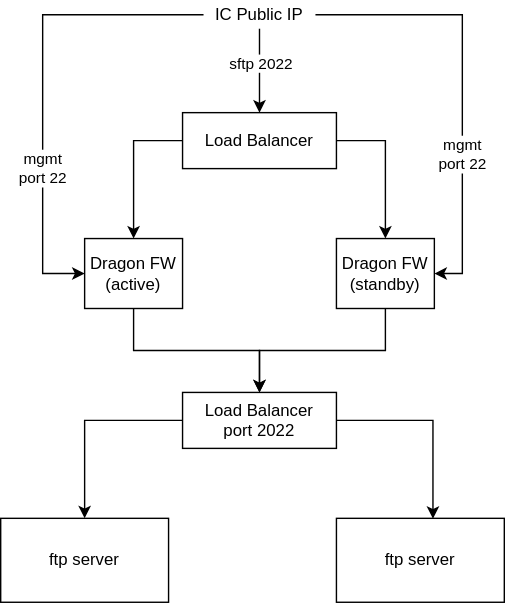
This is ftpport22.svg from vjavle/invoicecloud, a draw.io export, as it was before one commit. Source tidied: cells renumbered, new cells last; positions are measured from the earlier drawing's top-left corner, leaving out a move shared by most shapes.
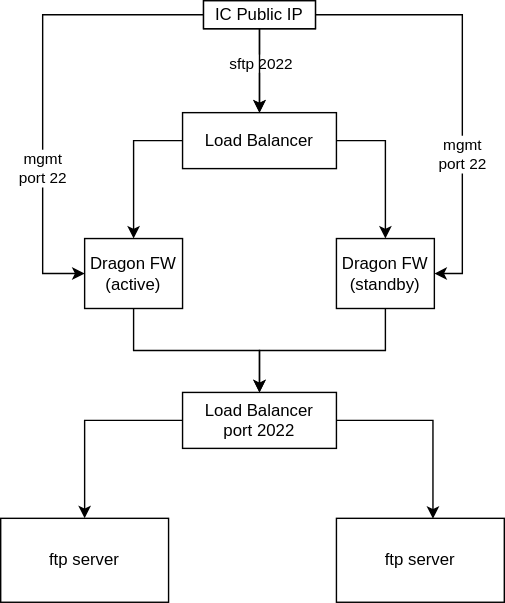
Later version of the same file.

Change to the diagram source:
```diff
@@ -5,8 +5,9 @@
     <mxCell id="2" style="edgeStyle=orthogonalEdgeStyle;rounded=0;jettySize=auto;html=1;startArrow=none;startFill=0;endArrow=classic;endFill=1;" parent="1" edge="1" source="5" target="10">
       <mxGeometry relative="1" as="geometry" />
     </mxCell>
-    <mxCell id="3" style="edgeStyle=orthogonalEdgeStyle;rounded=0;jettySize=auto;html=1;startArrow=classic;startFill=1;endArrow=none;endFill=0;" parent="1" edge="1" source="5" target="20">
+    <mxCell id="3" style="edgeStyle=orthogonalEdgeStyle;rounded=0;jettySize=auto;html=1;startArrow=classic;startFill=1;endArrow=none;endFill=0;" parent="1" edge="1" source="5">
       <mxGeometry relative="1" as="geometry">
+        <mxPoint x="145" y="10" as="targetPoint" />
         <Array as="points">
           <mxPoint x="30" y="195" />
           <mxPoint x="30" y="10" />
@@ -56,7 +57,7 @@
     <mxCell id="16" style="edgeStyle=orthogonalEdgeStyle;rounded=0;jettySize=auto;html=1;startArrow=none;startFill=0;endArrow=classic;endFill=1;" parent="1" edge="1" source="19" target="10">
       <mxGeometry relative="1" as="geometry" />
     </mxCell>
-    <mxCell id="17" style="edgeStyle=orthogonalEdgeStyle;rounded=0;jettySize=auto;html=1;startArrow=classic;startFill=1;endArrow=none;endFill=0;entryX=1;entryY=0.5;entryDx=0;entryDy=0;" parent="1" edge="1" source="19" target="20">
+    <mxCell id="17" style="edgeStyle=orthogonalEdgeStyle;rounded=0;jettySize=auto;html=1;startArrow=classic;startFill=1;endArrow=none;endFill=0;" parent="1" edge="1" source="19" target="22">
       <mxGeometry relative="1" as="geometry">
         <Array as="points">
           <mxPoint x="330" y="195" />
@@ -72,8 +73,14 @@
     <mxCell id="19" value="Dragon FW&lt;br&gt;(standby)" style="rounded=0;whiteSpace=wrap;html=1;" parent="1" vertex="1">
       <mxGeometry x="240" y="170" width="70" height="50" as="geometry" />
     </mxCell>
-    <mxCell id="20" value="IC Public IP" style="text;html=1;strokeColor=none;fillColor=none;align=center;verticalAlign=middle;whiteSpace=wrap;rounded=0;fontColor=#000000;" parent="1" vertex="1">
-      <mxGeometry x="145" width="80" height="20" as="geometry" />
-    </mxCell>
+    <mxCell id="21" style="edgeStyle=orthogonalEdgeStyle;rounded=0;jettySize=auto;html=1;fontColor=#000000;startArrow=none;startFill=0;endArrow=classic;endFill=1;" parent="1" edge="1" source="22" target="15">
+      <mxGeometry relative="1" as="geometry" />
+    </mxCell>
+    <mxCell id="22" value="IC Public IP" style="rounded=0;whiteSpace=wrap;html=1;fontColor=#000000;" parent="1" vertex="1">
+      <mxGeometry x="145" width="80" height="20" as="geometry" />
+    </mxCell>
+    <mxCell id="23" value="IC Public IP" style="rounded=0;whiteSpace=wrap;html=1;fontColor=#000000;" parent="1" vertex="1">
+      <mxGeometry x="145" width="80" height="20" as="geometry" />
+    </mxCell>
   </root>
 </mxGraphModel>
```
